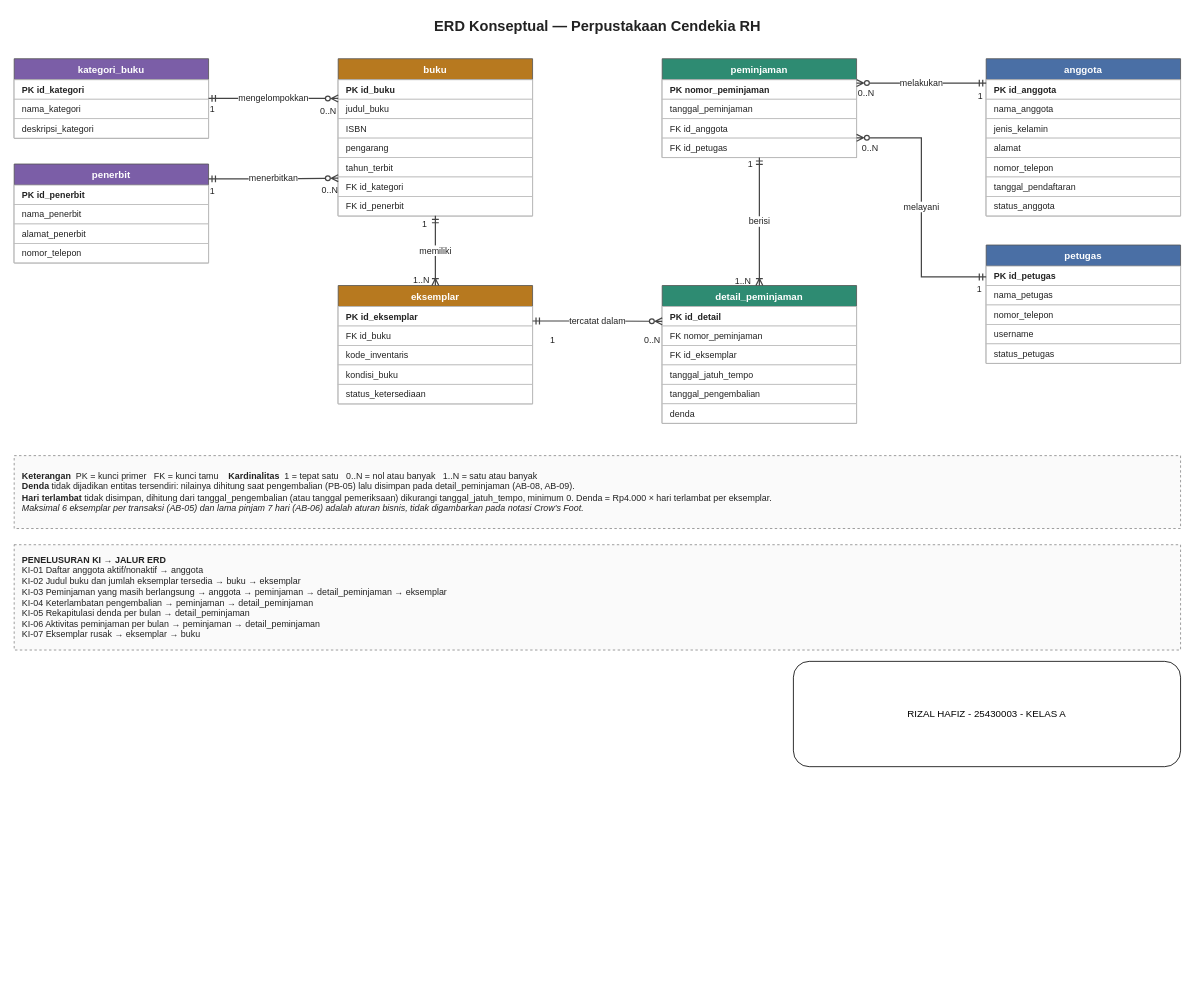
Earlier version of the draw.io diagram p03_erd_25430003.drawio (rizalhafiz808/basisdata-25430003). Source tidied: cells renumbered, new cells numbered last; positions are measured from the earlier drawing's top-left corner, leaving out a move shared by most shapes. Both pictures are drawn from the tidied source at 81%, with x=0, y=0 at pixel (14, 14).
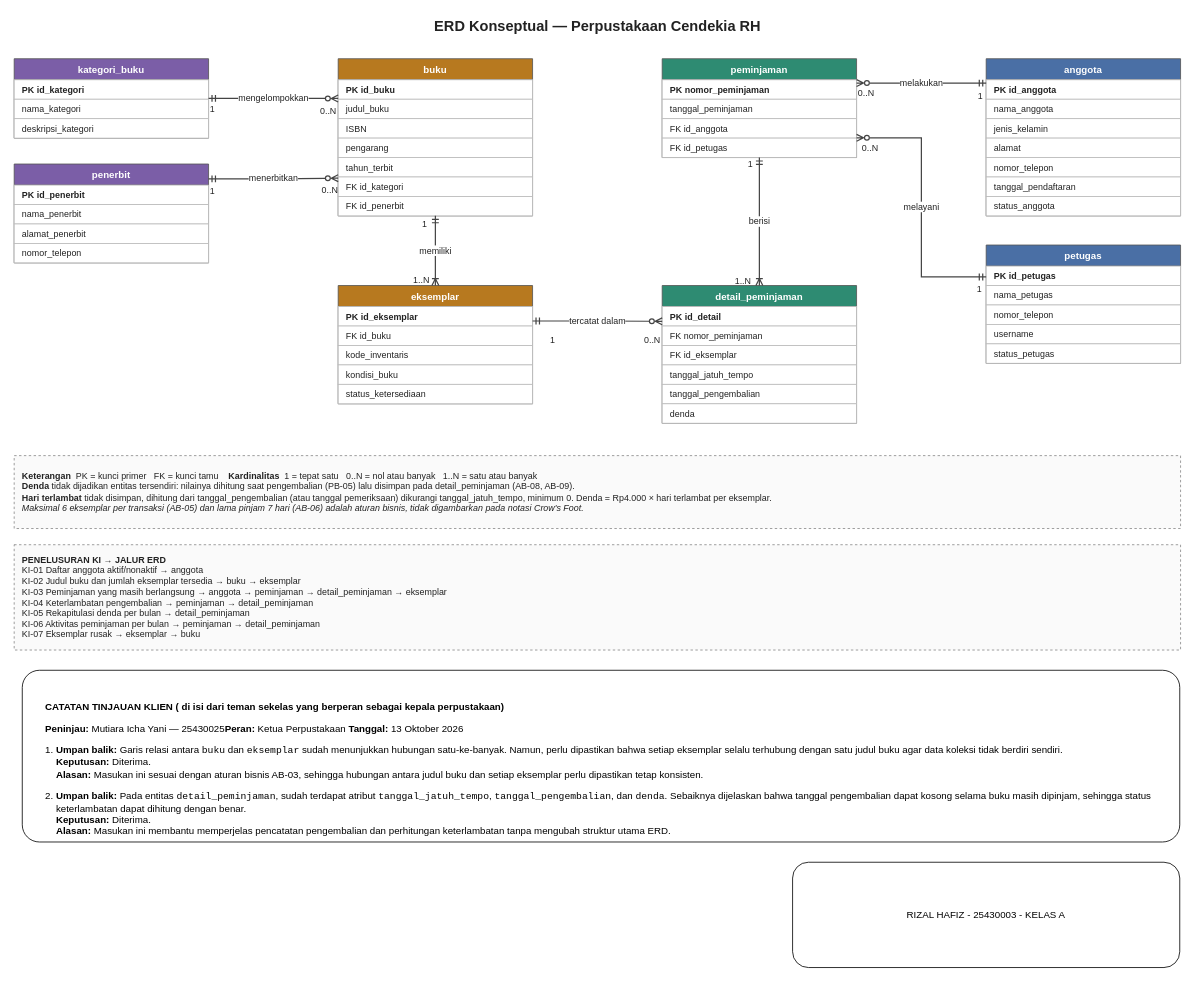
Above is the later version.

Commit message (it also covers changes not shown here):
p03: update erd perpustakaan

Diff of the diagram source:
```diff
@@
     <mxCell id="75" value="RIZAL HAFIZ - 25430003 - KELAS A" style="rounded=1;whiteSpace=wrap;html=1;" parent="1" vertex="1">
-      <mxGeometry x="962" y="799" width="478" height="130" as="geometry" />
+      <mxGeometry x="961" y="1047" width="478" height="130" as="geometry" />
     </mxCell>
+    <mxCell id="76" value="&lt;h3&gt;&lt;br&gt;&lt;/h3&gt;&lt;p&gt;&lt;strong&gt;&lt;span style=&quot;white-space: pre;&quot;&gt;&#9;&lt;/span&gt;CATATAN TINJAUAN KLIEN ( di isi dari teman sekelas yang berperan sebagai kepala perpustakaan)&amp;nbsp;&lt;/strong&gt;&lt;/p&gt;&lt;p&gt;&lt;strong&gt;&lt;span style=&quot;white-space: pre;&quot;&gt;&#9;&lt;/span&gt;Peninjau:&lt;/strong&gt; Mutiara Icha Yani — 25430025&lt;strong&gt;Peran:&lt;/strong&gt; Ketua Perpustakaan&amp;nbsp;&lt;strong&gt;Tanggal:&lt;/strong&gt; 13 Oktober 2026&lt;/p&gt;&lt;ol start=&quot;1&quot;&gt;&lt;li&gt;&lt;p&gt;&lt;strong&gt;Umpan balik:&lt;/strong&gt; Garis relasi antara &lt;code&gt;buku&lt;/code&gt; dan &lt;code&gt;eksemplar&lt;/code&gt; sudah menunjukkan hubungan satu-ke-banyak. Namun, perlu dipastikan bahwa setiap eksemplar selalu terhubung dengan satu judul buku agar data koleksi tidak berdiri sendiri.&lt;br&gt;&lt;strong&gt;Keputusan:&lt;/strong&gt; Diterima.&lt;br&gt;&lt;strong&gt;Alasan:&lt;/strong&gt; Masukan ini sesuai dengan aturan bisnis AB-03, sehingga hubungan antara judul buku dan setiap eksemplar perlu dipastikan tetap konsisten.&lt;/p&gt;&lt;/li&gt;&lt;li&gt;&lt;p&gt;&lt;strong&gt;Umpan balik:&lt;/strong&gt; Pada entitas &lt;code&gt;detail_peminjaman&lt;/code&gt;, sudah terdapat atribut &lt;code&gt;tanggal_jatuh_tempo&lt;/code&gt;, &lt;code&gt;tanggal_pengembalian&lt;/code&gt;, dan &lt;code&gt;denda&lt;/code&gt;. Sebaiknya dijelaskan bahwa tanggal pengembalian dapat kosong selama buku masih dipinjam, sehingga status keterlambatan dapat dihitung dengan benar.&lt;br&gt;&lt;strong&gt;Keputusan:&lt;/strong&gt; Diterima.&lt;br&gt;&lt;strong&gt;Alasan:&lt;/strong&gt; Masukan ini membantu memperjelas pencatatan pengembalian dan perhitungan keterlambatan tanpa mengubah struktur utama ERD.&lt;/p&gt;&lt;/li&gt;&lt;/ol&gt;" style="rounded=1;arcSize=10;whiteSpace=wrap;html=1;align=left;" parent="1" vertex="1">
+      <mxGeometry x="10" y="810" width="1429" height="212" as="geometry" />
+    </mxCell>
```
